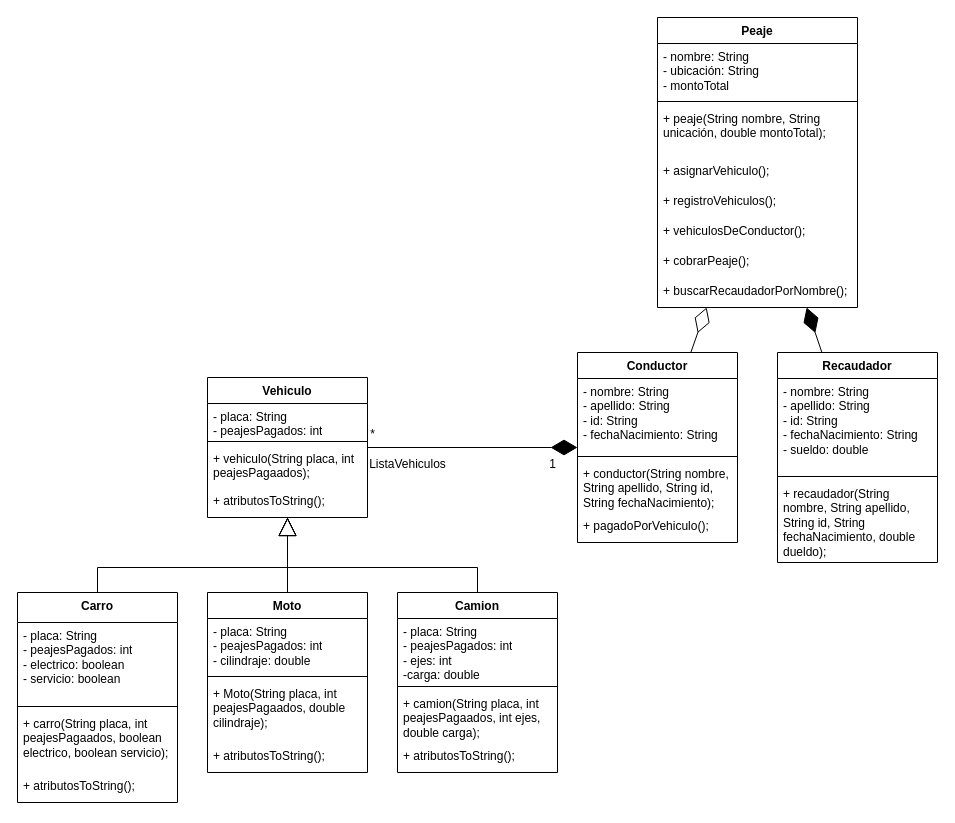
Earlier version of the draw.io diagram Modelo/DiagramaPeajes.drawio (juanjose2114/Preparcial-3). Source tidied: cells renumbered, new cells numbered last; positions are measured from the earlier drawing's top-left corner, leaving out a move shared by most shapes. Both pictures are drawn from the tidied source at 100%, with x=0, y=0 at pixel (17, 17).
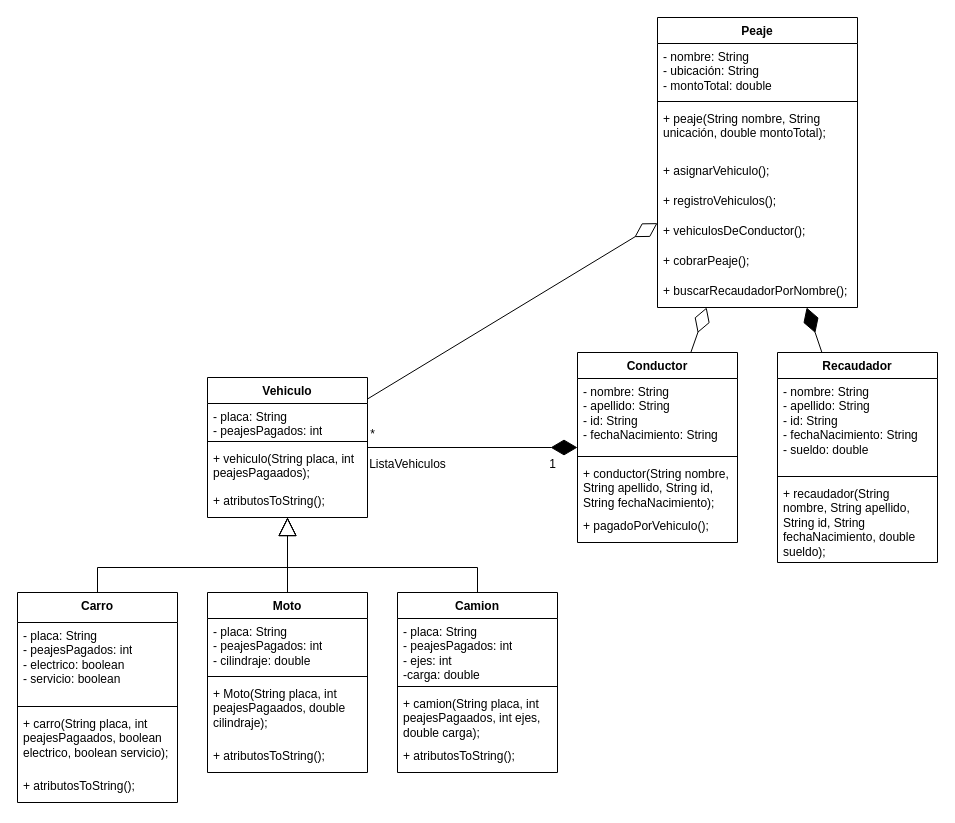
The same page after the edit.

The change refers to these unchanged cells:
```xml
<mxCell id="2" value="Peaje" style="swimlane;fontStyle=1;align=center;verticalAlign=top;horizontal=1;startSize=26;whiteSpace=wrap;html=1;" parent="1" vertex="1">
  <mxGeometry x="640" width="200" height="290" as="geometry" />
</mxCell>
<mxCell id="11" value="Vehiculo" style="swimlane;fontStyle=1;align=center;verticalAlign=top;horizontal=1;startSize=26;whiteSpace=wrap;html=1;" parent="1" vertex="1">
  <mxGeometry x="190" y="360" width="160" height="140" as="geometry" />
</mxCell>
<mxCell id="16" value="Recaudador" style="swimlane;fontStyle=1;align=center;verticalAlign=top;horizontal=1;startSize=26;whiteSpace=wrap;html=1;" parent="1" vertex="1">
  <mxGeometry x="760" y="335" width="160" height="210" as="geometry" />
</mxCell>
```

What changed in the source:
```diff
@@
-    <mxCell id="3" value="- nombre: String&amp;nbsp;&lt;div&gt;- ubicación: String&lt;/div&gt;&lt;div&gt;- montoTotal&lt;/div&gt;&lt;div&gt;&lt;br&gt;&lt;/div&gt;" style="text;strokeColor=none;fillColor=none;align=left;verticalAlign=top;spacingLeft=4;spacingRight=4;overflow=hidden;whiteSpace=wrap;html=1;" parent="2" vertex="1">
+    <mxCell id="3" value="- nombre: String&amp;nbsp;&lt;div&gt;- ubicación: String&lt;/div&gt;&lt;div&gt;- montoTotal: double&lt;/div&gt;" style="text;strokeColor=none;fillColor=none;align=left;verticalAlign=top;spacingLeft=4;spacingRight=4;overflow=hidden;whiteSpace=wrap;html=1;" parent="2" vertex="1">
       <mxGeometry y="26" width="200" height="54" as="geometry" />
     </mxCell>
@@
-    <mxCell id="19" value="+ recaudador(String nombre, String apellido, String id, String fechaNacimiento, double dueldo);" style="text;strokeColor=none;fillColor=none;align=left;verticalAlign=top;spacingLeft=4;spacingRight=4;overflow=hidden;whiteSpace=wrap;html=1;" parent="16" vertex="1">
+    <mxCell id="19" value="+ recaudador(String nombre, String apellido, String id, String fechaNacimiento, double sueldo);" style="text;strokeColor=none;fillColor=none;align=left;verticalAlign=top;spacingLeft=4;spacingRight=4;overflow=hidden;whiteSpace=wrap;html=1;" parent="16" vertex="1">
       <mxGeometry y="128" width="160" height="82" as="geometry" />
     </mxCell>
@@
+    <mxCell id="49" style="endArrow=diamondThin;endFill=0;endSize=24;html=1;rounded=0;" parent="1" edge="1" source="11" target="2">
+      <mxGeometry relative="1" as="geometry" />
+    </mxCell>
```
